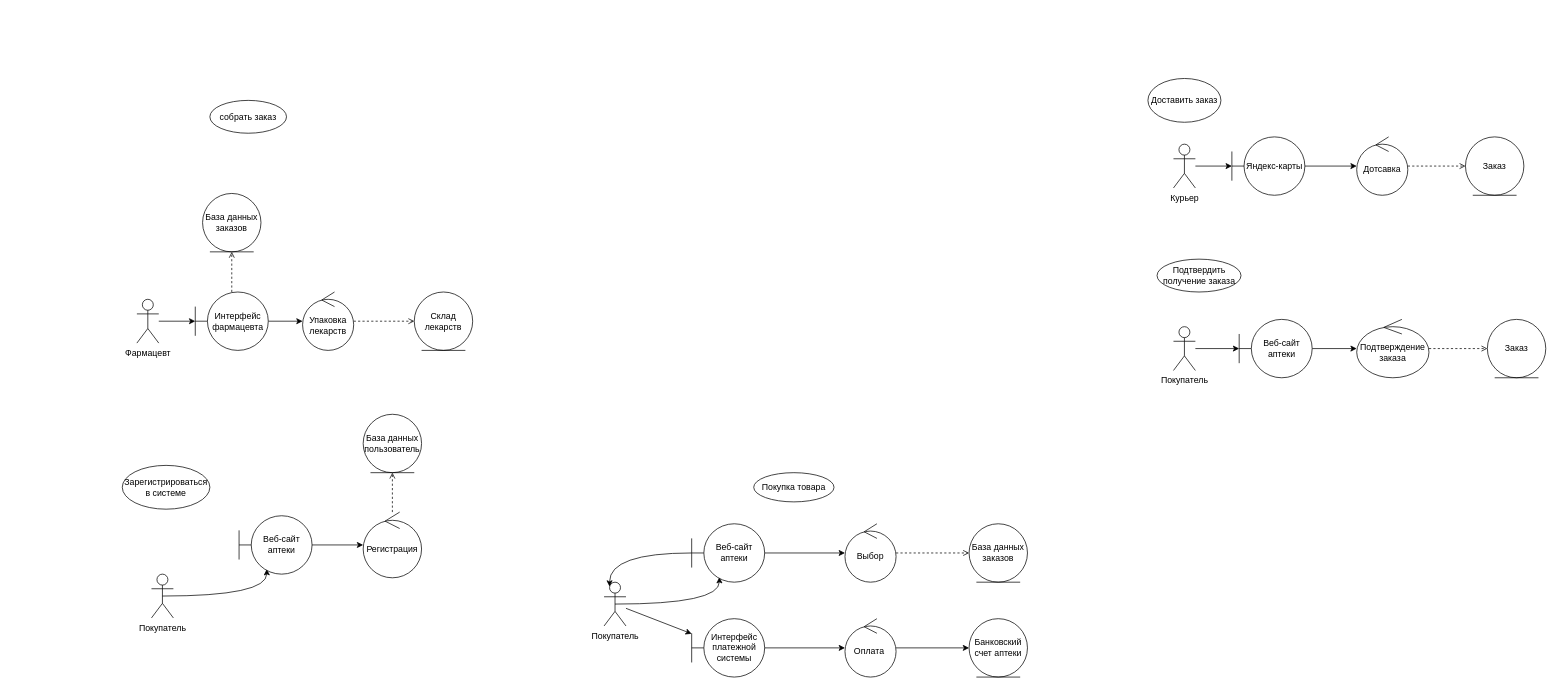
Earlier version of the draw.io diagram AKMS/Pr_3/Pr_3_2.drawio (Idontlikeni/fourth_semestr). Source tidied: cells renumbered, new cells numbered last; positions are measured from the earlier drawing's top-left corner, leaving out a move shared by most shapes. Both pictures are drawn from the tidied source at 73%, with x=0, y=0 at pixel (122, 78).
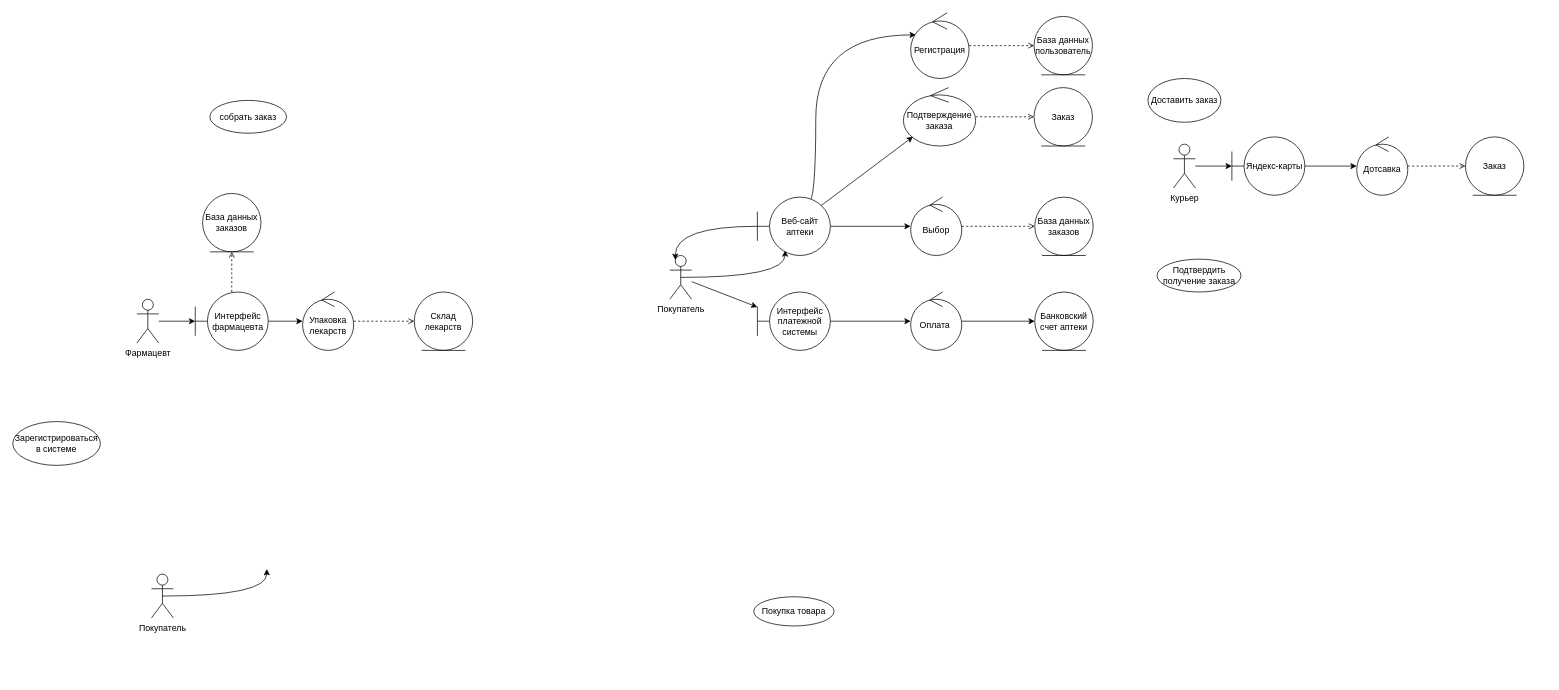
Above is the later version.

Unchanged cells that the change refers to:
```xml
<mxCell id="14" value="Покупатель" style="shape=umlActor;verticalLabelPosition=bottom;verticalAlign=top;html=1;outlineConnect=0;" parent="1" vertex="1">
  <mxGeometry x="40" y="679" width="30" height="60" as="geometry" />
</mxCell>
```

Diff of the diagram source:
```diff
@@
     <mxCell id="2" style="rounded=0;jettySize=auto;html=1;exitX=0.5;exitY=0.5;exitDx=0;exitDy=0;exitPerimeter=0;entryX=0.38;entryY=0.913;entryDx=0;entryDy=0;entryPerimeter=0;edgeStyle=orthogonalEdgeStyle;curved=1;" parent="1" edge="1" source="4" target="6">
       <mxGeometry relative="1" as="geometry">
         <Array as="points">
-          <mxPoint x="818" y="720" />
+          <mxPoint x="908" y="272.5" />
         </Array>
       </mxGeometry>
     </mxCell>
@@
     <mxCell id="4" value="Покупатель" style="shape=umlActor;verticalLabelPosition=bottom;verticalAlign=top;html=1;outlineConnect=0;" parent="1" vertex="1">
-      <mxGeometry x="660" y="690" width="30" height="60" as="geometry" />
+      <mxGeometry x="750" y="242.5" width="30" height="60" as="geometry" />
     </mxCell>
@@
+    <mxCell id="51" style="rounded=0;jettySize=auto;html=1;exitX=0.854;exitY=0.164;exitDx=0;exitDy=0;exitPerimeter=0;" parent="1" edge="1" source="6" target="47">
+      <mxGeometry relative="1" as="geometry" />
+    </mxCell>
+    <mxCell id="52" style="edgeStyle=orthogonalEdgeStyle;rounded=0;jettySize=auto;html=1;curved=1;entryX=0.089;entryY=0.337;entryDx=0;entryDy=0;entryPerimeter=0;" parent="1" edge="1" target="18">
+      <mxGeometry relative="1" as="geometry">
+        <mxPoint x="940" y="170" as="sourcePoint" />
+        <Array as="points">
+          <mxPoint x="950" y="-60" />
+        </Array>
+      </mxGeometry>
+    </mxCell>
     <mxCell id="6" value="Веб-сайт аптеки" style="shape=umlBoundary;whiteSpace=wrap;html=1;" parent="1" vertex="1">
-      <mxGeometry x="780" y="610" width="100" height="80" as="geometry" />
+      <mxGeometry x="870" y="162.5" width="100" height="80" as="geometry" />
     </mxCell>
@@
     <mxCell id="8" value="Интерфейс платежной системы" style="shape=umlBoundary;whiteSpace=wrap;html=1;" parent="1" vertex="1">
-      <mxGeometry x="780" y="740" width="100" height="80" as="geometry" />
+      <mxGeometry x="870" y="292.5" width="100" height="80" as="geometry" />
     </mxCell>
     <mxCell id="9" value="База данных заказов" style="ellipse;shape=umlEntity;whiteSpace=wrap;html=1;" parent="1" vertex="1">
-      <mxGeometry x="1160" y="610" width="80" height="80" as="geometry" />
+      <mxGeometry x="1250" y="162.5" width="80" height="80" as="geometry" />
     </mxCell>
@@
     <mxCell id="11" value="Выбор" style="ellipse;shape=umlControl;whiteSpace=wrap;html=1;" parent="1" vertex="1">
-      <mxGeometry x="990" y="610" width="70" height="80" as="geometry" />
+      <mxGeometry x="1080" y="162.5" width="70" height="80" as="geometry" />
     </mxCell>
     <mxCell id="12" style="rounded=0;jettySize=auto;html=1;entryX=0.25;entryY=0.1;entryDx=0;entryDy=0;entryPerimeter=0;edgeStyle=orthogonalEdgeStyle;curved=1;" parent="1" edge="1" source="6" target="4">
       <mxGeometry relative="1" as="geometry">
         <Array as="points">
-          <mxPoint x="668" y="650" />
+          <mxPoint x="758" y="202.5" />
         </Array>
       </mxGeometry>
     </mxCell>
-    <mxCell id="13" style="rounded=0;jettySize=auto;html=1;exitX=0.5;exitY=0.5;exitDx=0;exitDy=0;exitPerimeter=0;entryX=0.38;entryY=0.913;entryDx=0;entryDy=0;entryPerimeter=0;edgeStyle=orthogonalEdgeStyle;curved=1;" parent="1" edge="1" source="14" target="16">
+    <mxCell id="13" style="rounded=0;jettySize=auto;html=1;exitX=0.5;exitY=0.5;exitDx=0;exitDy=0;exitPerimeter=0;entryX=0.38;entryY=0.913;entryDx=0;entryDy=0;entryPerimeter=0;edgeStyle=orthogonalEdgeStyle;curved=1;" parent="1" edge="1" source="14">
       <mxGeometry relative="1" as="geometry">
+        <mxPoint x="198" y="672" as="targetPoint" />
         <Array as="points">
           <mxPoint x="198" y="709" />
         </Array>
       </mxGeometry>
     </mxCell>
@@
-    <mxCell id="15" style="edgeStyle=orthogonalEdgeStyle;rounded=0;jettySize=auto;html=1;" parent="1" edge="1" source="16" target="18">
-      <mxGeometry relative="1" as="geometry" />
-    </mxCell>
-    <mxCell id="16" value="Веб-сайт аптеки" style="shape=umlBoundary;whiteSpace=wrap;html=1;" parent="1" vertex="1">
-      <mxGeometry x="160" y="599" width="100" height="80" as="geometry" />
-    </mxCell>
-    <mxCell id="17" style="edgeStyle=orthogonalEdgeStyle;rounded=0;jettySize=auto;html=1;entryX=0.5;entryY=1;entryDx=0;entryDy=0;dashed=1;endArrow=open;endFill=0;" parent="1" edge="1" source="18" target="19">
-      <mxGeometry relative="1" as="geometry">
-        <Array as="points">
-          <mxPoint x="370" y="570" />
-          <mxPoint x="370" y="570" />
-        </Array>
-      </mxGeometry>
-    </mxCell>
-    <mxCell id="18" value="Регистрация" style="ellipse;shape=umlControl;whiteSpace=wrap;html=1;" parent="1" vertex="1">
-      <mxGeometry x="330" y="594" width="80" height="90" as="geometry" />
-    </mxCell>
-    <mxCell id="19" value="База данных пользователь" style="ellipse;shape=umlEntity;whiteSpace=wrap;html=1;" parent="1" vertex="1">
-      <mxGeometry x="330" y="460" width="80" height="80" as="geometry" />
-    </mxCell>
@@
     <mxCell id="32" value="Покупка товара" style="ellipse;whiteSpace=wrap;html=1;" parent="1" vertex="1">
-      <mxGeometry x="865" y="540" width="110" height="40" as="geometry" />
+      <mxGeometry x="865" y="710" width="110" height="40" as="geometry" />
     </mxCell>
     <mxCell id="33" value="Зарегистрироваться в системе" style="ellipse;whiteSpace=wrap;html=1;" parent="1" vertex="1">
-      <mxGeometry y="530" width="120" height="60" as="geometry" />
+      <mxGeometry x="-150" y="470" width="120" height="60" as="geometry" />
     </mxCell>
@@
     <mxCell id="40" value="Банковский счет аптеки" style="ellipse;shape=umlEntity;whiteSpace=wrap;html=1;" parent="1" vertex="1">
-      <mxGeometry x="1160" y="740" width="80" height="80" as="geometry" />
+      <mxGeometry x="1250" y="292.5" width="80" height="80" as="geometry" />
     </mxCell>
-    <mxCell id="41" style="edgeStyle=orthogonalEdgeStyle;rounded=0;jettySize=auto;html=1;" parent="1" edge="1" source="42" target="45">
-      <mxGeometry relative="1" as="geometry" />
-    </mxCell>
-    <mxCell id="42" value="Покупатель" style="shape=umlActor;verticalLabelPosition=bottom;verticalAlign=top;html=1;outlineConnect=0;" parent="1" vertex="1">
-      <mxGeometry x="1440" y="340" width="30" height="60" as="geometry" />
-    </mxCell>
@@
-    <mxCell id="44" style="edgeStyle=orthogonalEdgeStyle;rounded=0;jettySize=auto;html=1;" parent="1" edge="1" source="45" target="47">
-      <mxGeometry relative="1" as="geometry" />
-    </mxCell>
-    <mxCell id="45" value="Веб-сайт аптеки" style="shape=umlBoundary;whiteSpace=wrap;html=1;" parent="1" vertex="1">
-      <mxGeometry x="1530" y="330" width="100" height="80" as="geometry" />
-    </mxCell>
@@
     <mxCell id="47" value="Подтверждение заказа" style="ellipse;shape=umlControl;whiteSpace=wrap;html=1;" parent="1" vertex="1">
-      <mxGeometry x="1691" y="330" width="99" height="80" as="geometry" />
+      <mxGeometry x="1070" y="12.5" width="99" height="80" as="geometry" />
     </mxCell>
     <mxCell id="48" value="Заказ" style="ellipse;shape=umlEntity;whiteSpace=wrap;html=1;" parent="1" vertex="1">
-      <mxGeometry x="1870" y="330" width="80" height="80" as="geometry" />
+      <mxGeometry x="1249" y="12.5" width="80" height="80" as="geometry" />
     </mxCell>
@@
     <mxCell id="50" value="Оплата&amp;nbsp;" style="ellipse;shape=umlControl;whiteSpace=wrap;html=1;" parent="1" vertex="1">
-      <mxGeometry x="990" y="740" width="70" height="80" as="geometry" />
+      <mxGeometry x="1080" y="292.5" width="70" height="80" as="geometry" />
     </mxCell>
+    <mxCell id="17" style="edgeStyle=orthogonalEdgeStyle;rounded=0;jettySize=auto;html=1;dashed=1;endArrow=open;endFill=0;" parent="1" edge="1" source="18" target="19">
+      <mxGeometry relative="1" as="geometry" />
+    </mxCell>
+    <mxCell id="18" value="Регистрация" style="ellipse;shape=umlControl;whiteSpace=wrap;html=1;" parent="1" vertex="1">
+      <mxGeometry x="1080" y="-90" width="80" height="90" as="geometry" />
+    </mxCell>
+    <mxCell id="19" value="База данных пользователь" style="ellipse;shape=umlEntity;whiteSpace=wrap;html=1;" parent="1" vertex="1">
+      <mxGeometry x="1249" y="-85" width="80" height="80" as="geometry" />
+    </mxCell>
```
